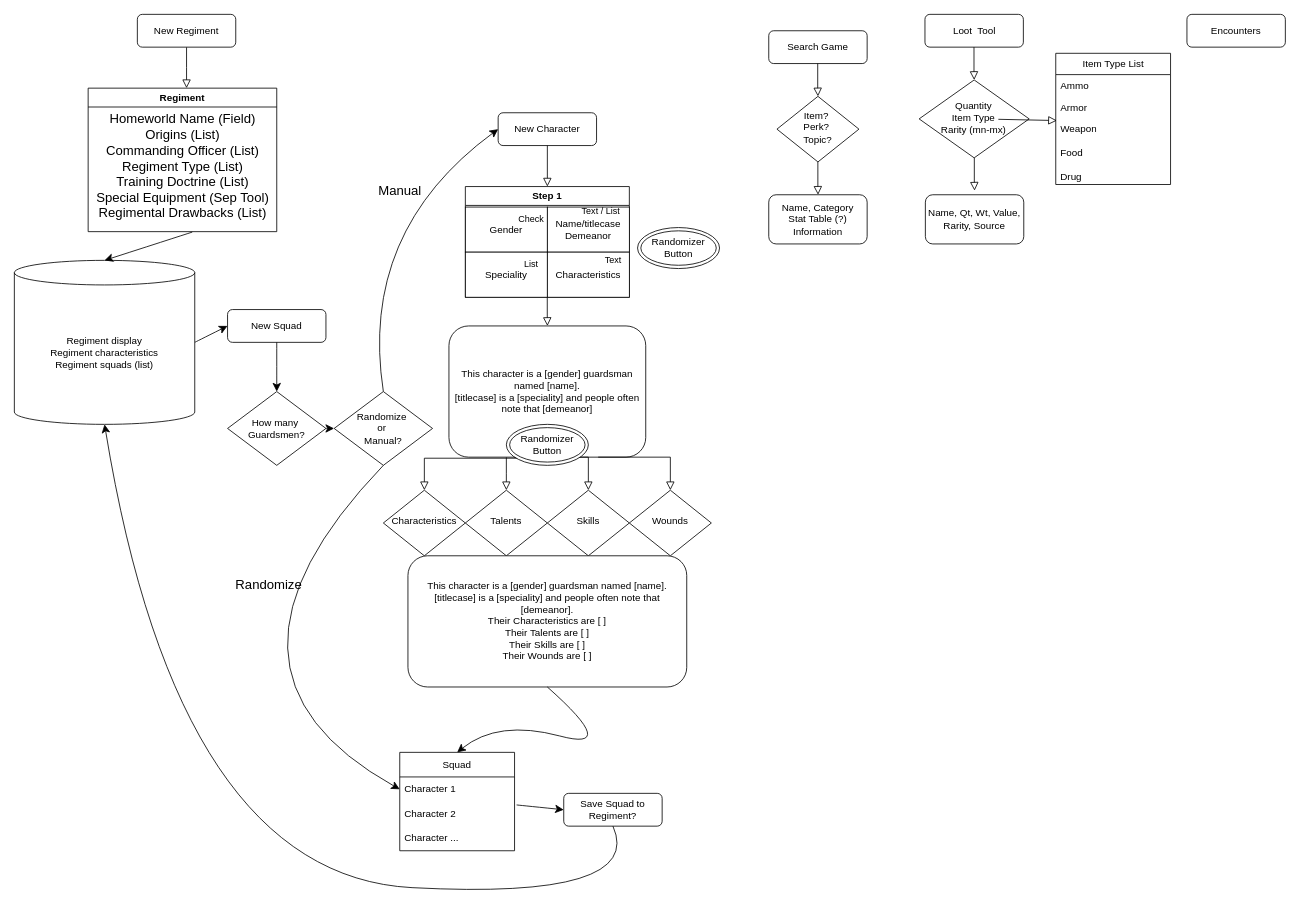
Above: wh40k.drawio in stsan0/stsan0.github.io (draw.io), before the change. Source tidied: cells renumbered, new cells numbered last; positions are measured from the earlier drawing's top-left corner, leaving out a move shared by most shapes. Both pictures are drawn from the tidied source at 82%, with x=0, y=0 at pixel (14, 14).
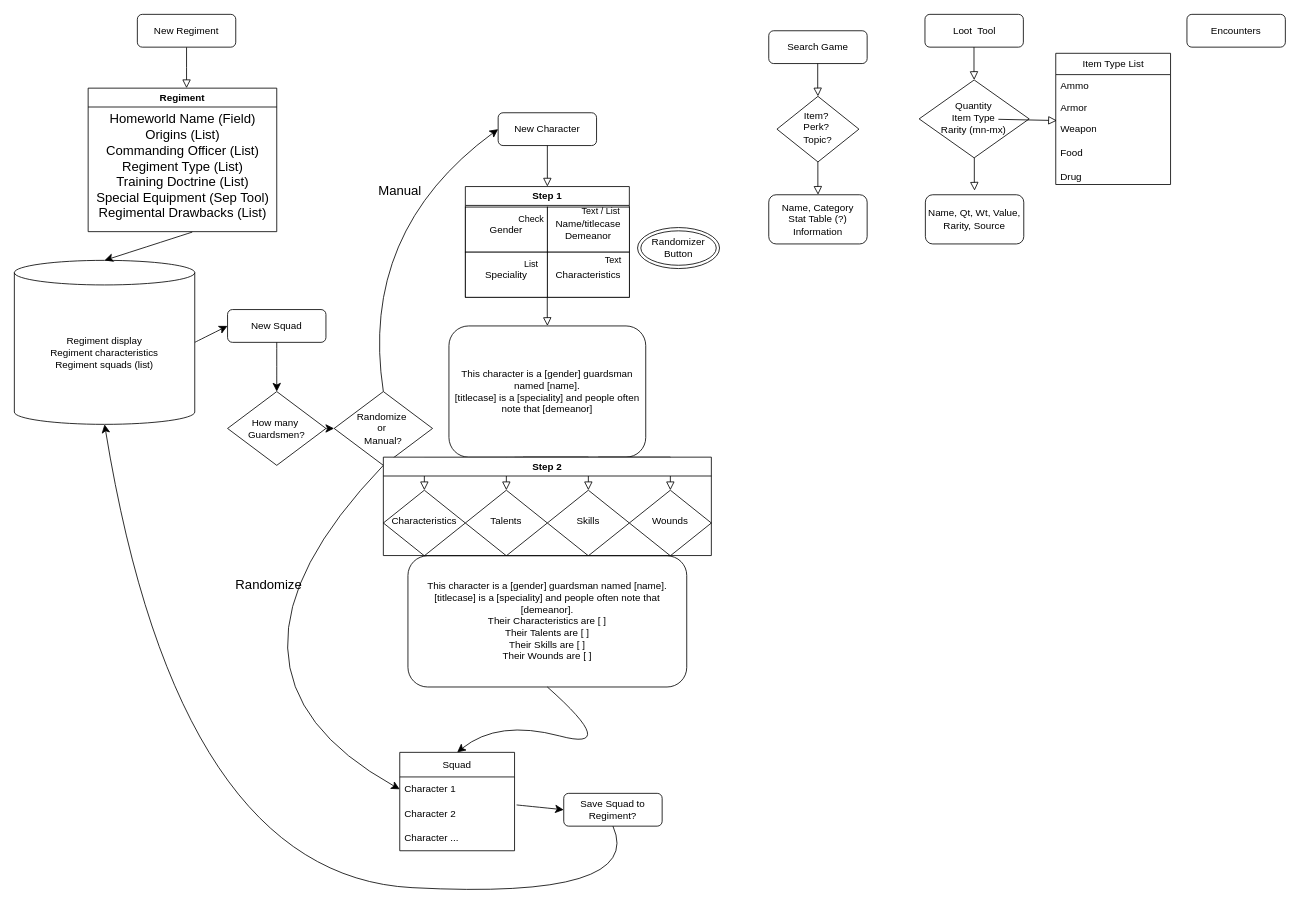
The same page after the edit.

The edit, as a diff of the source:
```diff
@@
-    <mxCell id="33" value="&lt;span style=&quot;font-size: 12px;&quot;&gt;Randomizer Button&lt;/span&gt;" style="ellipse;shape=doubleEllipse;whiteSpace=wrap;html=1;fontFamily=Helvetica;fontSize=11;fontColor=default;labelBackgroundColor=none;" parent="1" vertex="1">
-      <mxGeometry x="600" y="500" width="100" height="50" as="geometry" />
-    </mxCell>
@@
+    <mxCell id="66" value="Step 2" style="swimlane;whiteSpace=wrap;html=1;" parent="1" vertex="1">
+      <mxGeometry x="450" y="540" width="400" height="120" as="geometry" />
+    </mxCell>
```
